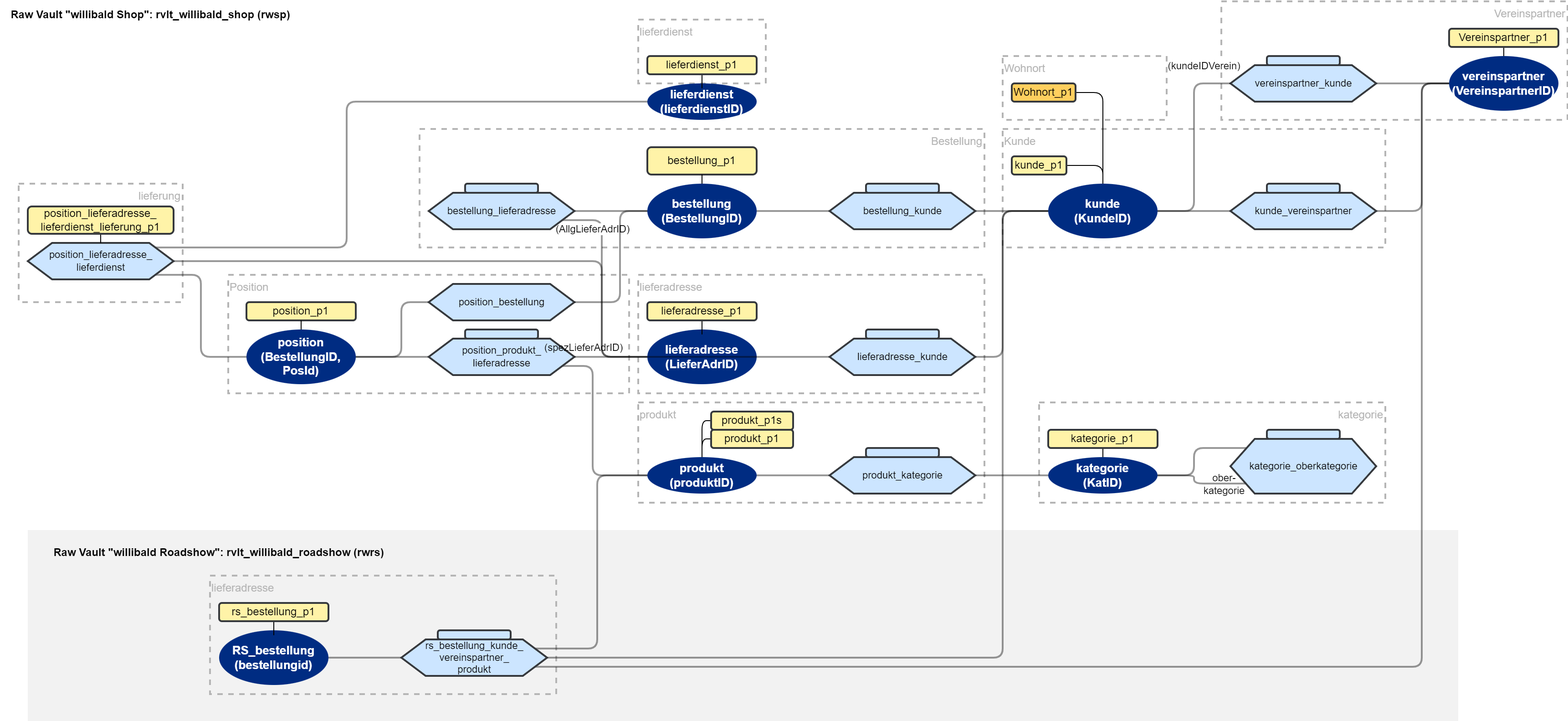
The draw.io diagram documentation/images/ddvug_willibald_model.drawio.png in cimt-ag/data_vault_pipelinedescription, before a commit. Source tidied: cells renumbered, new cells last; positions are measured from the earlier drawing's top-left corner, leaving out a move shared by most shapes.
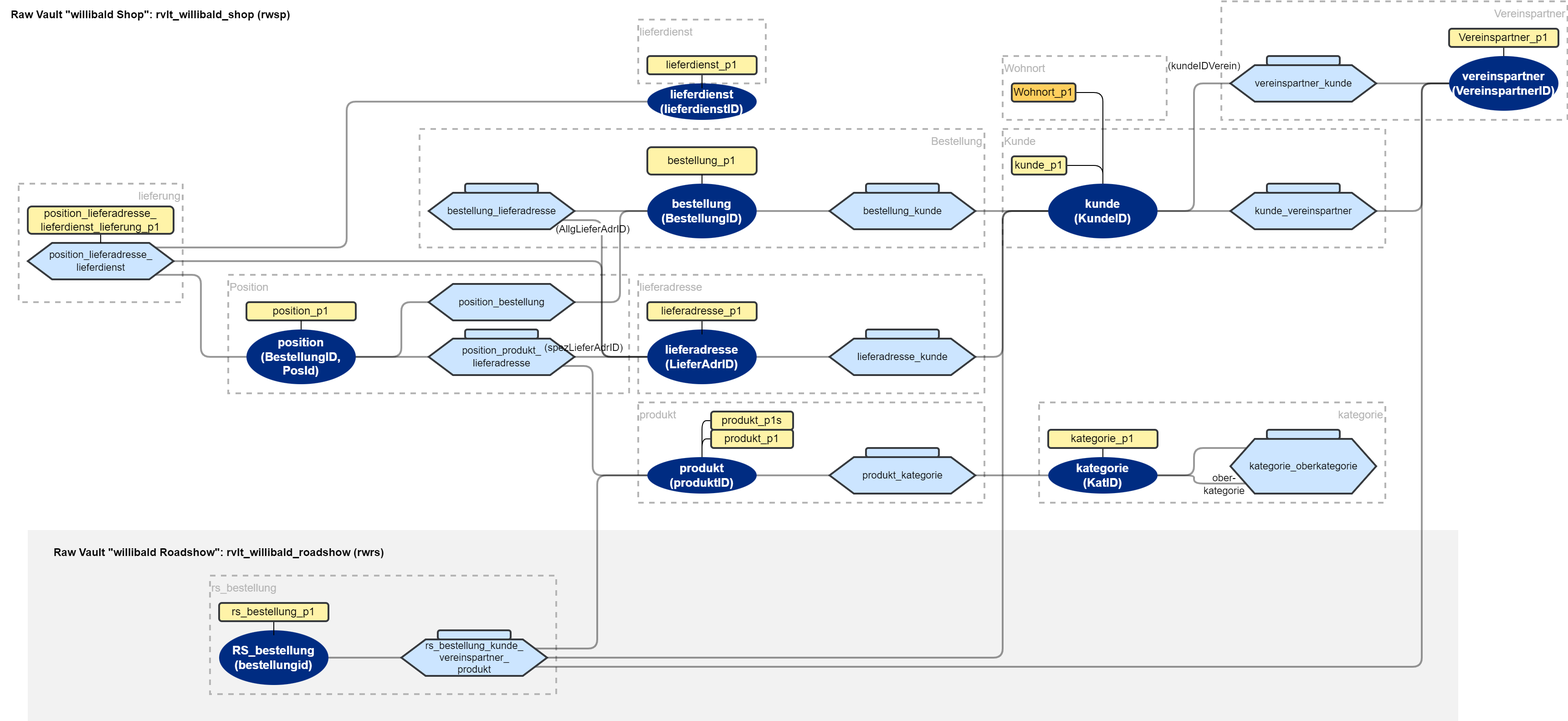
The same diagram one commit later.

Change to the diagram source:
```diff
@@ -41,7 +41,7 @@
     <mxCell id="14" value="Position" style="rounded=0;whiteSpace=wrap;html=1;strokeWidth=2;dashed=1;strokeColor=#B5B5B5;fillColor=none;verticalAlign=top;align=left;fontColor=#B5B5B5;" parent="1" vertex="1">
       <mxGeometry x="250" y="300" width="440" height="130" as="geometry" />
     </mxCell>
-    <mxCell id="15" value="lieferadresse" style="rounded=0;whiteSpace=wrap;html=1;strokeWidth=2;dashed=1;strokeColor=#B5B5B5;fillColor=none;verticalAlign=top;align=left;fontColor=#B5B5B5;" parent="1" vertex="1">
+    <mxCell id="15" value="rs_bestellung" style="rounded=0;whiteSpace=wrap;html=1;strokeWidth=2;dashed=1;strokeColor=#B5B5B5;fillColor=none;verticalAlign=top;align=left;fontColor=#B5B5B5;" parent="1" vertex="1">
       <mxGeometry x="230" y="630" width="380" height="130" as="geometry" />
     </mxCell>
     <mxCell id="16" value="Raw Vault &quot;willibald Roadshow&quot;: rvlt_willibald_roadshow (rwrs)" style="text;html=1;strokeColor=none;fillColor=none;align=center;verticalAlign=middle;whiteSpace=wrap;rounded=0;fontStyle=1;" parent="1" vertex="1">
@@ -154,7 +154,7 @@
         </Array>
       </mxGeometry>
     </mxCell>
-    <mxCell id="45" style="edgeStyle=orthogonalEdgeStyle;shape=connector;rounded=1;jumpStyle=none;jettySize=auto;html=1;entryX=1;entryY=0.5;entryDx=0;entryDy=0;entryPerimeter=0;labelBackgroundColor=default;strokeColor=default;strokeWidth=2;fontFamily=Helvetica;fontSize=11;fontColor=default;endArrow=none;endFill=0;opacity=40;" parent="17" edge="1" source="47" target="23">
+    <mxCell id="45" style="edgeStyle=orthogonalEdgeStyle;shape=connector;rounded=1;jumpStyle=none;jettySize=auto;html=1;labelBackgroundColor=default;strokeColor=default;strokeWidth=2;fontFamily=Helvetica;fontSize=11;fontColor=default;endArrow=none;endFill=0;opacity=40;" parent="17" edge="1" source="47" target="23">
       <mxGeometry relative="1" as="geometry">
         <Array as="points">
           <mxPoint x="660" y="285" />
```
